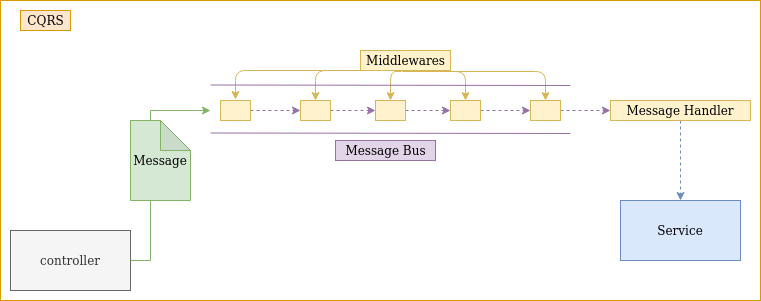
Before: static/cqrs_flow.png, a diagram exported from draw.io (jesusce21/cqrs). Source tidied: cells renumbered, new cells last; positions are measured from the earlier drawing's top-left corner, leaving out a move shared by most shapes. Source of this version:
```xml
<mxGraphModel>
  <root>
    <mxCell id="0" />
    <mxCell id="1" parent="0" />
    <mxCell id="2" style="rounded=0;whiteSpace=wrap;html=1;shadow=0;strokeColor=#D79B00;" parent="1" vertex="1">
      <mxGeometry width="760" height="300" as="geometry" />
    </mxCell>
    <mxCell id="3" value="controller" style="rounded=0;whiteSpace=wrap;html=1;fillColor=#f5f5f5;strokeColor=#666666;fontColor=#333333;" parent="1" vertex="1">
      <mxGeometry x="10" y="230" width="120" height="60" as="geometry" />
    </mxCell>
    <mxCell id="4" value="CQRS" style="text;html=1;align=center;verticalAlign=middle;fillColor=#ffe6cc;strokeColor=#d79b00;" parent="1" vertex="1">
      <mxGeometry x="20" y="10" width="50" height="20" as="geometry" />
    </mxCell>
    <mxCell id="5" style="edgeStyle=orthogonalEdgeStyle;rounded=0;jettySize=auto;html=1;entryX=0;entryY=0.5;entryDx=0;entryDy=0;shadow=0;strokeColor=#9673a6;fillColor=#e1d5e7;dashed=1;" parent="1" edge="1" source="6" target="8">
      <mxGeometry relative="1" as="geometry" />
    </mxCell>
    <mxCell id="6" style="rounded=0;whiteSpace=wrap;html=1;fillColor=#fff2cc;strokeColor=#d6b656;" parent="1" vertex="1">
      <mxGeometry x="220" y="100" width="30" height="20" as="geometry" />
    </mxCell>
    <mxCell id="7" style="edgeStyle=orthogonalEdgeStyle;rounded=0;jettySize=auto;html=1;entryX=0;entryY=0.5;entryDx=0;entryDy=0;shadow=0;dashed=1;strokeColor=#9673a6;fillColor=#e1d5e7;" parent="1" edge="1" source="8" target="10">
      <mxGeometry relative="1" as="geometry" />
    </mxCell>
    <mxCell id="8" style="rounded=0;whiteSpace=wrap;html=1;fillColor=#fff2cc;strokeColor=#d6b656;" parent="1" vertex="1">
      <mxGeometry x="300" y="100" width="30" height="20" as="geometry" />
    </mxCell>
    <mxCell id="9" style="edgeStyle=orthogonalEdgeStyle;rounded=0;jettySize=auto;html=1;exitX=1;exitY=0.5;exitDx=0;exitDy=0;entryX=0;entryY=0.5;entryDx=0;entryDy=0;shadow=0;dashed=1;strokeColor=#9673a6;fillColor=#e1d5e7;" parent="1" edge="1" source="10" target="12">
      <mxGeometry relative="1" as="geometry" />
    </mxCell>
    <mxCell id="10" style="rounded=0;whiteSpace=wrap;html=1;fillColor=#fff2cc;strokeColor=#d6b656;" parent="1" vertex="1">
      <mxGeometry x="375" y="100" width="30" height="20" as="geometry" />
    </mxCell>
    <mxCell id="11" style="edgeStyle=orthogonalEdgeStyle;rounded=0;jettySize=auto;html=1;exitX=1;exitY=0.5;exitDx=0;exitDy=0;entryX=0;entryY=0.5;entryDx=0;entryDy=0;shadow=0;dashed=1;strokeColor=#9673a6;fillColor=#e1d5e7;" parent="1" edge="1" source="12" target="14">
      <mxGeometry relative="1" as="geometry" />
    </mxCell>
    <mxCell id="12" style="rounded=0;whiteSpace=wrap;html=1;fillColor=#fff2cc;strokeColor=#d6b656;" parent="1" vertex="1">
      <mxGeometry x="450" y="100" width="30" height="20" as="geometry" />
    </mxCell>
    <mxCell id="13" style="edgeStyle=orthogonalEdgeStyle;rounded=0;jettySize=auto;html=1;entryX=0;entryY=0.5;entryDx=0;entryDy=0;shadow=0;dashed=1;strokeColor=#9673a6;fillColor=#e1d5e7;" parent="1" edge="1" source="14" target="24">
      <mxGeometry relative="1" as="geometry" />
    </mxCell>
    <mxCell id="14" style="rounded=0;whiteSpace=wrap;html=1;fillColor=#fff2cc;strokeColor=#d6b656;" parent="1" vertex="1">
      <mxGeometry x="530" y="100" width="30" height="20" as="geometry" />
    </mxCell>
    <mxCell id="15" value="Middlewares" style="text;html=1;align=center;verticalAlign=middle;points=[];fillColor=#fff2cc;strokeColor=#d6b656;" parent="1" vertex="1">
      <mxGeometry x="360" y="50" width="90" height="20" as="geometry" />
    </mxCell>
    <mxCell id="16" style="edgeStyle=segmentEdgeStyle;endArrow=classic;html=1;exitX=0.433;exitY=1;exitDx=0;exitDy=0;exitPerimeter=0;entryX=0.5;entryY=0;entryDx=0;entryDy=0;fillColor=#fff2cc;strokeColor=#d6b656;" parent="1" edge="1" source="15">
      <mxGeometry relative="1" as="geometry">
        <mxPoint x="235" y="99" as="targetPoint" />
      </mxGeometry>
    </mxCell>
    <mxCell id="17" style="edgeStyle=segmentEdgeStyle;endArrow=classic;html=1;entryX=0.5;entryY=0;entryDx=0;entryDy=0;exitX=0.411;exitY=1;exitDx=0;exitDy=0;exitPerimeter=0;fillColor=#fff2cc;strokeColor=#d6b656;" parent="1" edge="1" source="15" target="8">
      <mxGeometry relative="1" as="geometry" />
    </mxCell>
    <mxCell id="18" style="edgeStyle=segmentEdgeStyle;endArrow=classic;html=1;entryX=0.5;entryY=0;entryDx=0;entryDy=0;exitX=0.456;exitY=1.05;exitDx=0;exitDy=0;exitPerimeter=0;fillColor=#fff2cc;strokeColor=#d6b656;" parent="1" edge="1" source="15" target="10">
      <mxGeometry relative="1" as="geometry" />
    </mxCell>
    <mxCell id="19" style="edgeStyle=segmentEdgeStyle;endArrow=classic;html=1;entryX=0.5;entryY=0;entryDx=0;entryDy=0;exitX=0.489;exitY=1.05;exitDx=0;exitDy=0;exitPerimeter=0;fillColor=#fff2cc;strokeColor=#d6b656;" parent="1" edge="1" source="15" target="12">
      <mxGeometry relative="1" as="geometry" />
    </mxCell>
    <mxCell id="20" style="edgeStyle=segmentEdgeStyle;endArrow=classic;html=1;entryX=0.5;entryY=0;entryDx=0;entryDy=0;exitX=0.467;exitY=1.05;exitDx=0;exitDy=0;exitPerimeter=0;fillColor=#fff2cc;strokeColor=#d6b656;" parent="1" edge="1" source="15" target="14">
      <mxGeometry relative="1" as="geometry" />
    </mxCell>
    <mxCell id="21" style="shape=link;html=1;shadow=0;strokeColor=#9673a6;width=48;fillColor=#e1d5e7;" parent="1" edge="1">
      <mxGeometry relative="1" as="geometry">
        <mxPoint x="210" y="108.5" as="sourcePoint" />
        <mxPoint x="570" y="109" as="targetPoint" />
      </mxGeometry>
    </mxCell>
    <mxCell id="22" style="edgeStyle=orthogonalEdgeStyle;rounded=0;jettySize=auto;html=1;shadow=0;strokeColor=#82b366;fillColor=#d5e8d4;exitX=1;exitY=0.5;exitDx=0;exitDy=0;" parent="1" edge="1" source="3">
      <mxGeometry relative="1" as="geometry">
        <mxPoint x="210" y="110" as="targetPoint" />
        <Array as="points">
          <mxPoint x="150" y="260" />
          <mxPoint x="150" y="110" />
        </Array>
      </mxGeometry>
    </mxCell>
    <mxCell id="23" style="edgeStyle=orthogonalEdgeStyle;rounded=0;jettySize=auto;html=1;shadow=0;dashed=1;strokeColor=#6c8ebf;fillColor=#dae8fc;" parent="1" edge="1" source="24">
      <mxGeometry relative="1" as="geometry">
        <mxPoint x="680" y="200" as="targetPoint" />
      </mxGeometry>
    </mxCell>
    <mxCell id="24" value="Message Handler" style="rounded=0;whiteSpace=wrap;html=1;fillColor=#fff2cc;strokeColor=#d6b656;" parent="1" vertex="1">
      <mxGeometry x="610" y="100" width="140" height="20" as="geometry" />
    </mxCell>
    <mxCell id="25" value="Service" style="rounded=0;whiteSpace=wrap;html=1;shadow=0;fillColor=#dae8fc;strokeColor=#6c8ebf;" parent="1" vertex="1">
      <mxGeometry x="620" y="200" width="120" height="60" as="geometry" />
    </mxCell>
    <mxCell id="26" value="Message Bus" style="text;html=1;align=center;verticalAlign=middle;fillColor=#e1d5e7;strokeColor=#9673a6;" parent="1" vertex="1">
      <mxGeometry x="335" y="140" width="100" height="20" as="geometry" />
    </mxCell>
    <mxCell id="27" value="Message" style="shape=note;whiteSpace=wrap;html=1;backgroundOutline=1;darkOpacity=0.05;shadow=0;fillColor=#d5e8d4;strokeColor=#82b366;" parent="1" vertex="1">
      <mxGeometry x="130" y="120" width="60" height="80" as="geometry" />
    </mxCell>
  </root>
</mxGraphModel>
```
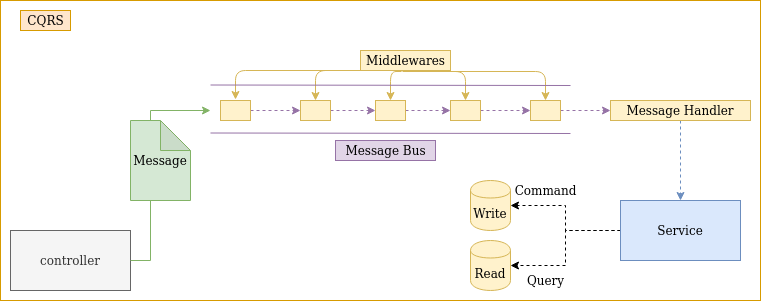
The same diagram one commit later.

Change to the diagram source:
```diff
@@ -84,6 +84,12 @@
     <mxCell id="24" value="Message Handler" style="rounded=0;whiteSpace=wrap;html=1;fillColor=#fff2cc;strokeColor=#d6b656;" parent="1" vertex="1">
       <mxGeometry x="610" y="100" width="140" height="20" as="geometry" />
     </mxCell>
+    <mxCell id="28" style="edgeStyle=orthogonalEdgeStyle;rounded=0;jettySize=auto;html=1;exitX=0;exitY=0.5;exitDx=0;exitDy=0;entryX=1;entryY=0.5;entryDx=0;entryDy=0;shadow=0;dashed=1;strokeColor=#000000;" parent="1" edge="1" source="25" target="30">
+      <mxGeometry relative="1" as="geometry" />
+    </mxCell>
+    <mxCell id="29" style="edgeStyle=orthogonalEdgeStyle;rounded=0;jettySize=auto;html=1;entryX=1;entryY=0.5;entryDx=0;entryDy=0;shadow=0;dashed=1;strokeColor=#000000;" parent="1" edge="1" source="25" target="31">
+      <mxGeometry relative="1" as="geometry" />
+    </mxCell>
     <mxCell id="25" value="Service" style="rounded=0;whiteSpace=wrap;html=1;shadow=0;fillColor=#dae8fc;strokeColor=#6c8ebf;" parent="1" vertex="1">
       <mxGeometry x="620" y="200" width="120" height="60" as="geometry" />
     </mxCell>
@@ -93,5 +99,17 @@
     <mxCell id="27" value="Message" style="shape=note;whiteSpace=wrap;html=1;backgroundOutline=1;darkOpacity=0.05;shadow=0;fillColor=#d5e8d4;strokeColor=#82b366;" parent="1" vertex="1">
       <mxGeometry x="130" y="120" width="60" height="80" as="geometry" />
     </mxCell>
+    <mxCell id="30" value="&lt;div&gt;Write&lt;/div&gt;" style="shape=cylinder;whiteSpace=wrap;html=1;boundedLbl=1;backgroundOutline=1;shadow=0;strokeColor=#d6b656;fillColor=#fff2cc;" parent="1" vertex="1">
+      <mxGeometry x="470" y="180" width="40" height="50" as="geometry" />
+    </mxCell>
+    <mxCell id="31" value="Read" style="shape=cylinder;whiteSpace=wrap;html=1;boundedLbl=1;backgroundOutline=1;shadow=0;strokeColor=#d6b656;fillColor=#fff2cc;" parent="1" vertex="1">
+      <mxGeometry x="470" y="240" width="40" height="50" as="geometry" />
+    </mxCell>
+    <mxCell id="32" value="Query" style="text;html=1;align=center;verticalAlign=middle;" parent="1" vertex="1">
+      <mxGeometry x="520" y="270" width="50" height="20" as="geometry" />
+    </mxCell>
+    <mxCell id="33" value="&lt;div&gt;Command&lt;/div&gt;" style="text;html=1;align=center;verticalAlign=middle;" parent="1" vertex="1">
+      <mxGeometry x="505" y="180" width="80" height="20" as="geometry" />
+    </mxCell>
   </root>
 </mxGraphModel>
```
